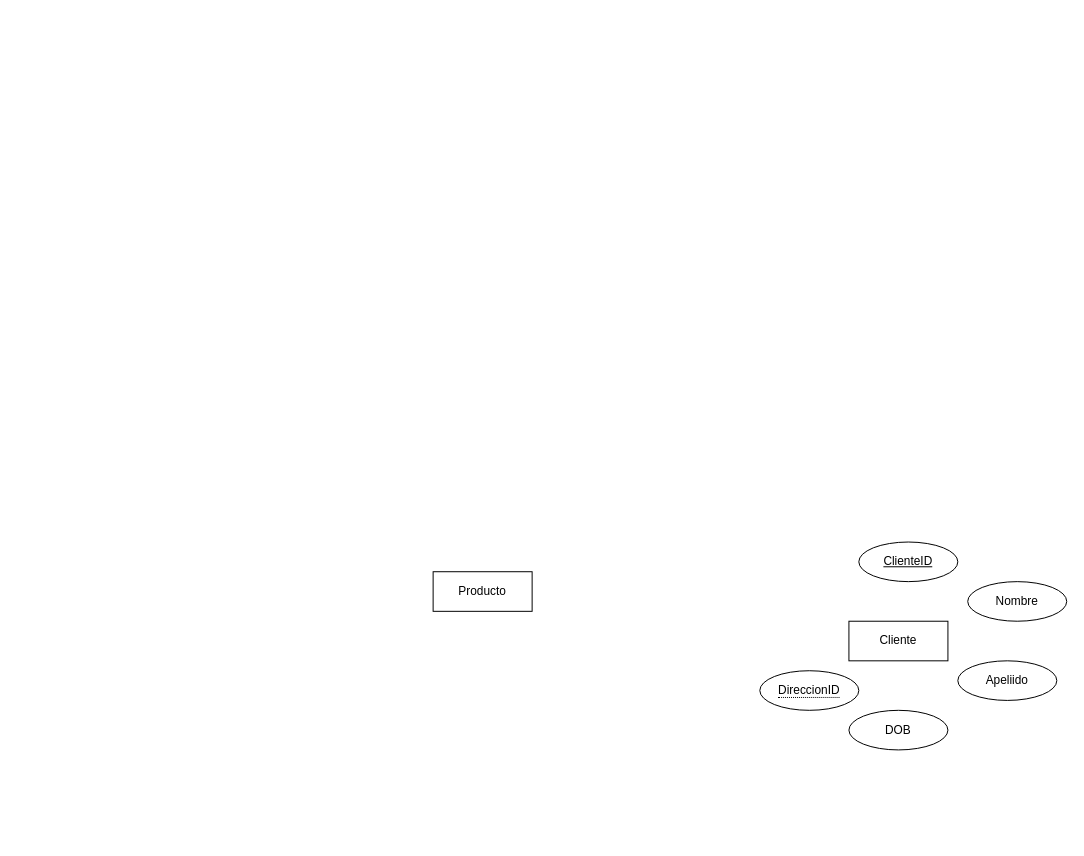
Earlier version of the draw.io diagram ProyectoFinal.drawio (Angel-ISO/Diagramas). Source tidied: cells renumbered, new cells numbered last; positions are measured from the earlier drawing's top-left corner, leaving out a move shared by most shapes. Both pictures are drawn from the tidied source at 99%, with x=0, y=0 at pixel (433, 542).
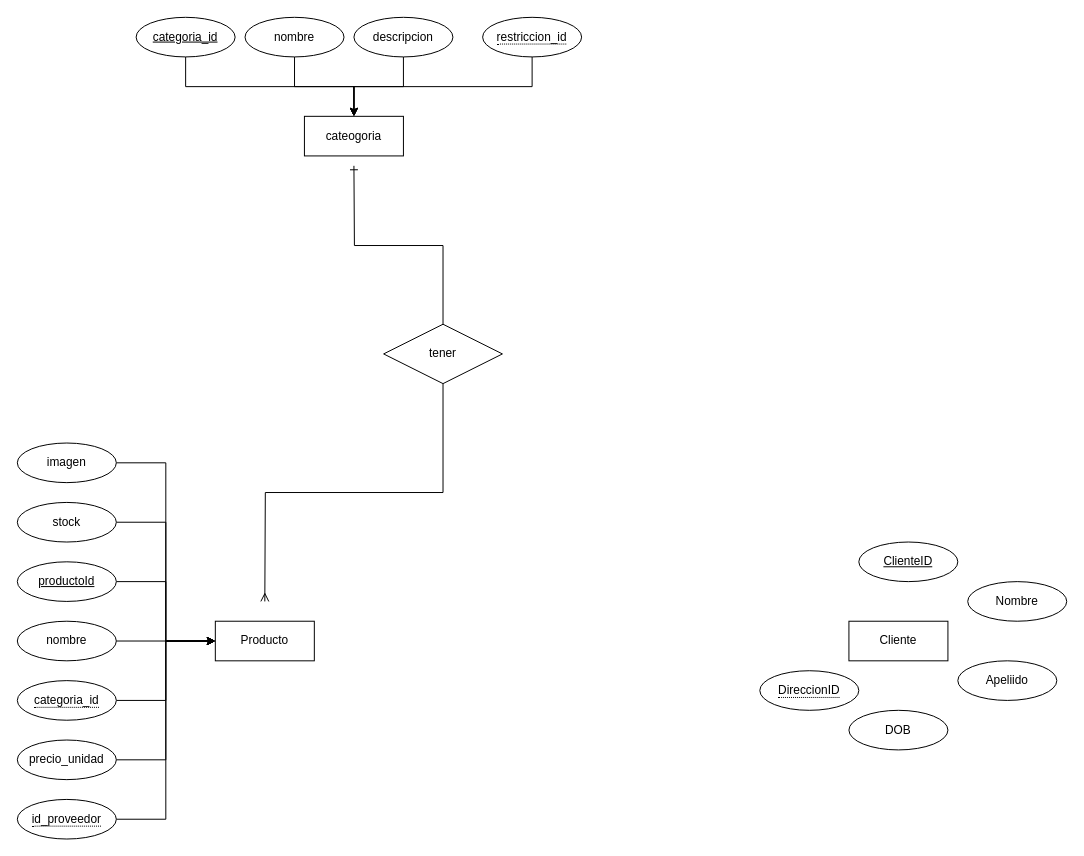
After the change.

What changed in the source:
```diff
@@
     <mxCell id="2" value="Producto" style="whiteSpace=wrap;html=1;align=center;" parent="1" vertex="1">
-      <mxGeometry y="30" width="100" height="40" as="geometry" />
+      <mxGeometry x="-220" y="80" width="100" height="40" as="geometry" />
     </mxCell>
+    <mxCell id="9" style="edgeStyle=orthogonalEdgeStyle;rounded=0;jettySize=auto;html=1;exitX=1;exitY=0.5;exitDx=0;exitDy=0;entryX=0;entryY=0.5;entryDx=0;entryDy=0;" parent="1" edge="1" source="10" target="2">
+      <mxGeometry relative="1" as="geometry" />
+    </mxCell>
@@
+    <mxCell id="10" value="productoId" style="ellipse;whiteSpace=wrap;html=1;align=center;fontStyle=4;" parent="1" vertex="1">
+      <mxGeometry x="-420" y="20" width="100" height="40" as="geometry" />
+    </mxCell>
@@
+    <mxCell id="11" style="edgeStyle=orthogonalEdgeStyle;rounded=0;jettySize=auto;html=1;exitX=1;exitY=0.5;exitDx=0;exitDy=0;entryX=0;entryY=0.5;entryDx=0;entryDy=0;" parent="1" edge="1" source="12" target="2">
+      <mxGeometry relative="1" as="geometry" />
+    </mxCell>
@@
+    <mxCell id="12" value="nombre" style="ellipse;whiteSpace=wrap;html=1;align=center;" parent="1" vertex="1">
+      <mxGeometry x="-420" y="80" width="100" height="40" as="geometry" />
+    </mxCell>
@@
+    <mxCell id="13" style="edgeStyle=orthogonalEdgeStyle;rounded=0;jettySize=auto;html=1;exitX=1;exitY=0.5;exitDx=0;exitDy=0;entryX=0;entryY=0.5;entryDx=0;entryDy=0;" parent="1" edge="1" source="14" target="2">
+      <mxGeometry relative="1" as="geometry" />
+    </mxCell>
@@
+    <mxCell id="14" value="stock" style="ellipse;whiteSpace=wrap;html=1;align=center;" parent="1" vertex="1">
+      <mxGeometry x="-420" y="-40" width="100" height="40" as="geometry" />
+    </mxCell>
@@
+    <mxCell id="15" style="edgeStyle=orthogonalEdgeStyle;rounded=0;jettySize=auto;html=1;exitX=1;exitY=0.5;exitDx=0;exitDy=0;entryX=0;entryY=0.5;entryDx=0;entryDy=0;" parent="1" edge="1" source="16" target="2">
+      <mxGeometry relative="1" as="geometry" />
+    </mxCell>
+    <mxCell id="16" value="imagen" style="ellipse;whiteSpace=wrap;html=1;align=center;" parent="1" vertex="1">
+      <mxGeometry x="-420" y="-100" width="100" height="40" as="geometry" />
+    </mxCell>
+    <mxCell id="17" style="edgeStyle=orthogonalEdgeStyle;rounded=0;jettySize=auto;html=1;exitX=1;exitY=0.5;exitDx=0;exitDy=0;entryX=0;entryY=0.5;entryDx=0;entryDy=0;" parent="1" edge="1" source="18" target="2">
+      <mxGeometry relative="1" as="geometry" />
+    </mxCell>
+    <mxCell id="18" value="&lt;span style=&quot;border-bottom: 1px dotted&quot;&gt;categoria_id&lt;/span&gt;" style="ellipse;whiteSpace=wrap;html=1;align=center;" parent="1" vertex="1">
+      <mxGeometry x="-420" y="140" width="100" height="40" as="geometry" />
+    </mxCell>
+    <mxCell id="19" style="edgeStyle=orthogonalEdgeStyle;rounded=0;jettySize=auto;html=1;exitX=1;exitY=0.5;exitDx=0;exitDy=0;entryX=0;entryY=0.5;entryDx=0;entryDy=0;" parent="1" edge="1" source="20" target="2">
+      <mxGeometry relative="1" as="geometry" />
+    </mxCell>
+    <mxCell id="20" value="precio_unidad" style="ellipse;whiteSpace=wrap;html=1;align=center;" parent="1" vertex="1">
+      <mxGeometry x="-420" y="200" width="100" height="40" as="geometry" />
+    </mxCell>
+    <mxCell id="21" style="edgeStyle=orthogonalEdgeStyle;rounded=0;jettySize=auto;html=1;exitX=1;exitY=0.5;exitDx=0;exitDy=0;entryX=0;entryY=0.5;entryDx=0;entryDy=0;" parent="1" edge="1" source="22" target="2">
+      <mxGeometry relative="1" as="geometry" />
+    </mxCell>
+    <mxCell id="22" value="&lt;span style=&quot;border-bottom: 1px dotted&quot;&gt;id_proveedor&lt;/span&gt;" style="ellipse;whiteSpace=wrap;html=1;align=center;" parent="1" vertex="1">
+      <mxGeometry x="-420" y="260" width="100" height="40" as="geometry" />
+    </mxCell>
+    <mxCell id="23" value="cateogoria" style="whiteSpace=wrap;html=1;align=center;" parent="1" vertex="1">
+      <mxGeometry x="-130" y="-430" width="100" height="40" as="geometry" />
+    </mxCell>
+    <mxCell id="24" style="edgeStyle=orthogonalEdgeStyle;rounded=0;jettySize=auto;html=1;exitX=0.5;exitY=1;exitDx=0;exitDy=0;entryX=0.5;entryY=0;entryDx=0;entryDy=0;" parent="1" edge="1" source="25" target="23">
+      <mxGeometry relative="1" as="geometry" />
+    </mxCell>
+    <mxCell id="25" value="nombre" style="ellipse;whiteSpace=wrap;html=1;align=center;" parent="1" vertex="1">
+      <mxGeometry x="-190" y="-530" width="100" height="40" as="geometry" />
+    </mxCell>
+    <mxCell id="26" style="edgeStyle=orthogonalEdgeStyle;rounded=0;jettySize=auto;html=1;exitX=0.5;exitY=1;exitDx=0;exitDy=0;entryX=0.5;entryY=0;entryDx=0;entryDy=0;" parent="1" edge="1" source="27" target="23">
+      <mxGeometry relative="1" as="geometry" />
+    </mxCell>
+    <mxCell id="27" value="categoria_id" style="ellipse;whiteSpace=wrap;html=1;align=center;fontStyle=4;" parent="1" vertex="1">
+      <mxGeometry x="-300" y="-530" width="100" height="40" as="geometry" />
+    </mxCell>
+    <mxCell id="28" style="edgeStyle=orthogonalEdgeStyle;rounded=0;jettySize=auto;html=1;exitX=0.5;exitY=1;exitDx=0;exitDy=0;entryX=0.5;entryY=0;entryDx=0;entryDy=0;" parent="1" edge="1" source="29" target="23">
+      <mxGeometry relative="1" as="geometry" />
+    </mxCell>
+    <mxCell id="29" value="descripcion" style="ellipse;whiteSpace=wrap;html=1;align=center;" parent="1" vertex="1">
+      <mxGeometry x="-80" y="-530" width="100" height="40" as="geometry" />
+    </mxCell>
+    <mxCell id="30" style="edgeStyle=orthogonalEdgeStyle;rounded=0;jettySize=auto;html=1;exitX=0.5;exitY=1;exitDx=0;exitDy=0;entryX=0.5;entryY=0;entryDx=0;entryDy=0;" parent="1" edge="1" source="31" target="23">
+      <mxGeometry relative="1" as="geometry" />
+    </mxCell>
+    <mxCell id="31" value="&lt;span style=&quot;border-bottom: 1px dotted&quot;&gt;restriccion_id&lt;/span&gt;" style="ellipse;whiteSpace=wrap;html=1;align=center;" parent="1" vertex="1">
+      <mxGeometry x="50" y="-530" width="100" height="40" as="geometry" />
+    </mxCell>
+    <mxCell id="32" style="edgeStyle=orthogonalEdgeStyle;rounded=0;jettySize=auto;html=1;exitX=0.5;exitY=1;exitDx=0;exitDy=0;endArrow=ERmany;endFill=0;" parent="1" edge="1" source="34">
+      <mxGeometry relative="1" as="geometry">
+        <mxPoint x="-170" y="60" as="targetPoint" />
+      </mxGeometry>
+    </mxCell>
+    <mxCell id="33" style="edgeStyle=orthogonalEdgeStyle;rounded=0;jettySize=auto;html=1;exitX=0.5;exitY=0;exitDx=0;exitDy=0;endArrow=ERone;endFill=0;" parent="1" edge="1" source="34">
+      <mxGeometry relative="1" as="geometry">
+        <mxPoint x="-80" y="-380" as="targetPoint" />
+      </mxGeometry>
+    </mxCell>
+    <mxCell id="34" value="tener" style="shape=rhombus;perimeter=rhombusPerimeter;whiteSpace=wrap;html=1;align=center;" parent="1" vertex="1">
+      <mxGeometry x="-50" y="-220" width="120" height="60" as="geometry" />
+    </mxCell>
```
